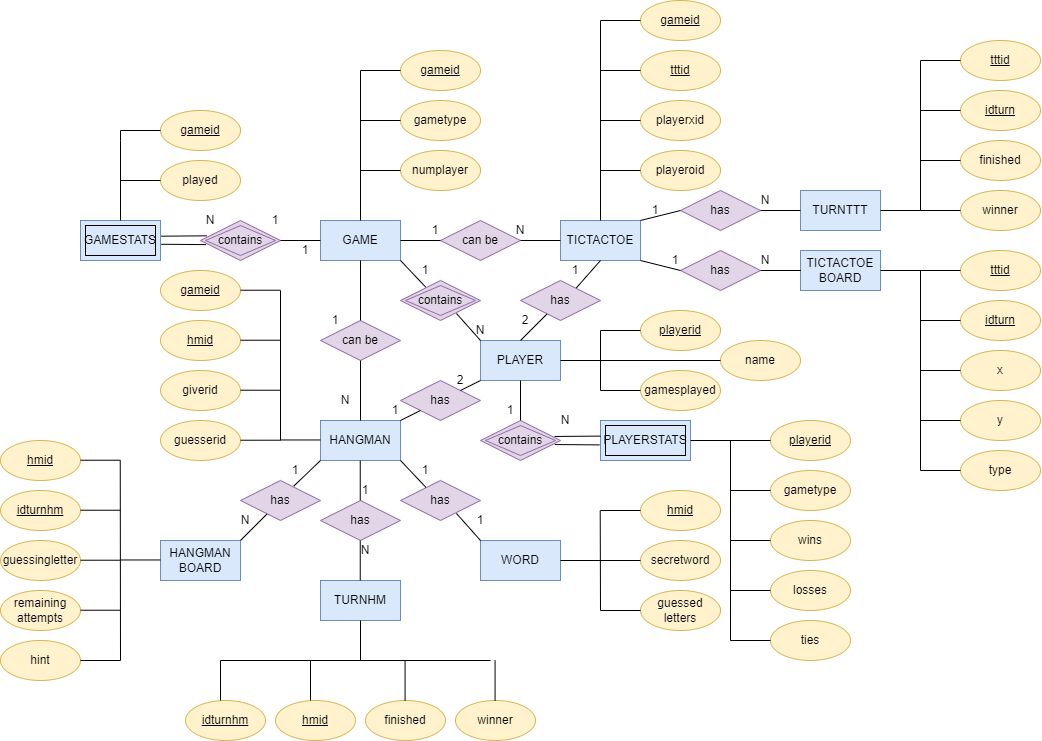
This is docs/DBDiagrams/ConceptualDiagrams/finalChenDiagram.drawio.png from Dina-Tumanita/SecondProject-Persistence, a draw.io export, as it was before one commit. Source tidied: cells renumbered, new cells last; positions are measured from the earlier drawing's top-left corner, leaving out a move shared by most shapes.
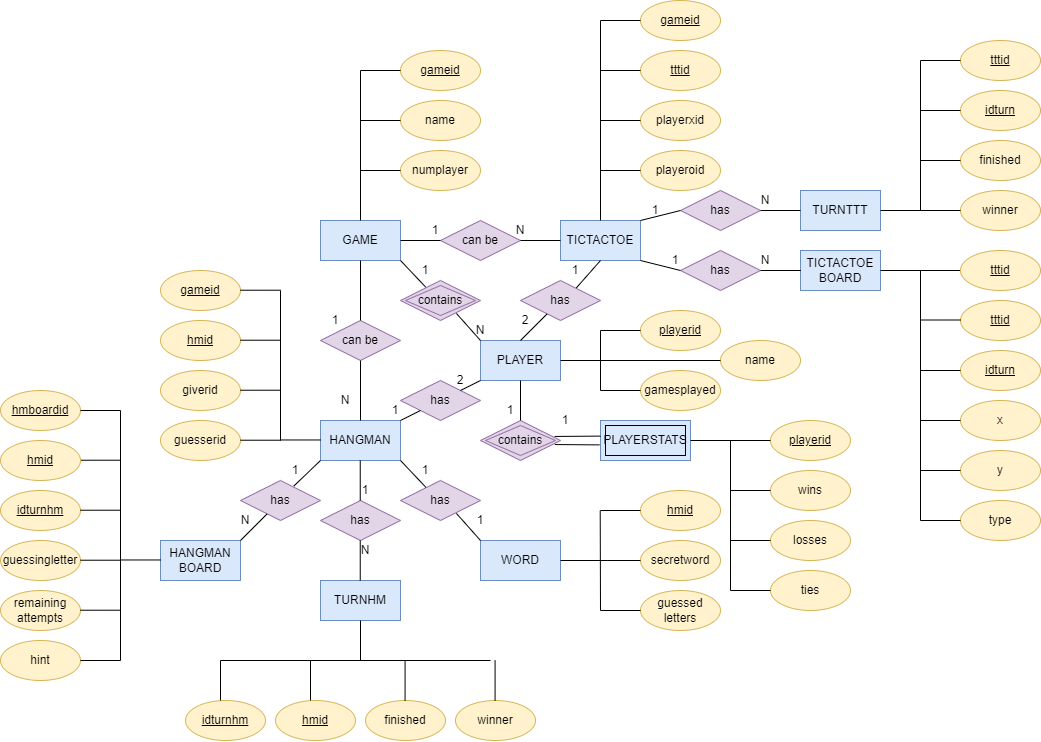
After the change.

The edit, as a diff of the source:
```diff
@@ -29,9 +29,6 @@
     <mxCell id="10" style="endArrow=none;html=1;rounded=0;exitX=0.5;exitY=1;exitDx=0;exitDy=0;entryX=0.5;entryY=0;entryDx=0;entryDy=0;" parent="1" edge="1" source="2" target="8">
       <mxGeometry relative="1" as="geometry" />
     </mxCell>
-    <mxCell id="11" value="GAMESTATS" style="rounded=0;whiteSpace=wrap;html=1;fillColor=#dae8fc;strokeColor=#6c8ebf;" parent="1" vertex="1">
-      <mxGeometry x="80" y="220" width="80" height="40" as="geometry" />
-    </mxCell>
     <mxCell id="12" value="PLAYER" style="rounded=0;whiteSpace=wrap;html=1;fillColor=#dae8fc;strokeColor=#6c8ebf;" parent="1" vertex="1">
       <mxGeometry x="480" y="340" width="80" height="40" as="geometry" />
     </mxCell>
@@ -53,15 +50,7 @@
     <mxCell id="18" value="WORD" style="rounded=0;whiteSpace=wrap;html=1;fillColor=#dae8fc;strokeColor=#6c8ebf;" parent="1" vertex="1">
       <mxGeometry x="480" y="540" width="80" height="40" as="geometry" />
     </mxCell>
-    <mxCell id="19" value="contains" style="rhombus;whiteSpace=wrap;html=1;fillColor=#e1d5e7;strokeColor=#9673a6;" parent="1" vertex="1">
-      <mxGeometry x="200" y="220" width="80" height="40" as="geometry" />
-    </mxCell>
-    <mxCell id="20" style="endArrow=none;html=1;rounded=0;entryX=0;entryY=0.5;entryDx=0;entryDy=0;" parent="1" edge="1" target="2">
-      <mxGeometry relative="1" as="geometry">
-        <mxPoint x="280" y="240" as="sourcePoint" />
-      </mxGeometry>
-    </mxCell>
-    <mxCell id="21" value="gametype" style="ellipse;whiteSpace=wrap;html=1;fillColor=#fff2cc;strokeColor=#d6b656;" parent="1" vertex="1">
+    <mxCell id="21" value="name" style="ellipse;whiteSpace=wrap;html=1;fillColor=#fff2cc;strokeColor=#d6b656;" parent="1" vertex="1">
       <mxGeometry x="400" y="100" width="80" height="40" as="geometry" />
     </mxCell>
     <mxCell id="22" value="&lt;u&gt;gameid&lt;/u&gt;" style="ellipse;whiteSpace=wrap;html=1;fillColor=#fff2cc;strokeColor=#d6b656;" parent="1" vertex="1">
@@ -90,31 +79,6 @@
         <mxPoint x="360" y="170" as="sourcePoint" />
       </mxGeometry>
     </mxCell>
-    <mxCell id="28" style="endArrow=none;html=1;rounded=0;entryX=0.081;entryY=0.383;entryDx=0;entryDy=0;entryPerimeter=0;exitX=1.008;exitY=0.392;exitDx=0;exitDy=0;exitPerimeter=0;" parent="1" edge="1" source="11" target="19">
-      <mxGeometry relative="1" as="geometry" />
-    </mxCell>
-    <mxCell id="29" value="played" style="ellipse;whiteSpace=wrap;html=1;fillColor=#fff2cc;strokeColor=#d6b656;" parent="1" vertex="1">
-      <mxGeometry x="160" y="160" width="80" height="40" as="geometry" />
-    </mxCell>
-    <mxCell id="30" style="endArrow=none;html=1;rounded=0;entryX=0;entryY=0.5;entryDx=0;entryDy=0;" parent="1" edge="1" target="29">
-      <mxGeometry relative="1" as="geometry">
-        <mxPoint x="120" y="180" as="sourcePoint" />
-      </mxGeometry>
-    </mxCell>
-    <mxCell id="31" style="endArrow=none;html=1;rounded=0;exitX=0.5;exitY=0;exitDx=0;exitDy=0;" parent="1" edge="1" source="11">
-      <mxGeometry relative="1" as="geometry">
-        <mxPoint x="120" y="130" as="targetPoint" />
-        <Array as="points">
-          <mxPoint x="120" y="140" />
-        </Array>
-      </mxGeometry>
-    </mxCell>
-    <mxCell id="32" value="N" style="text;html=1;strokeColor=none;fillColor=none;align=center;verticalAlign=middle;whiteSpace=wrap;rounded=0;" parent="1" vertex="1">
-      <mxGeometry x="200" y="210" width="20" height="20" as="geometry" />
-    </mxCell>
-    <mxCell id="33" value="1" style="text;html=1;strokeColor=none;fillColor=none;align=center;verticalAlign=middle;whiteSpace=wrap;rounded=0;" parent="1" vertex="1">
-      <mxGeometry x="270" y="210" width="10" height="20" as="geometry" />
-    </mxCell>
     <mxCell id="34" value="has" style="rhombus;whiteSpace=wrap;html=1;fillColor=#e1d5e7;strokeColor=#9673a6;" parent="1" vertex="1">
       <mxGeometry x="680" y="190" width="80" height="40" as="geometry" />
     </mxCell>
@@ -209,57 +173,11 @@
         <mxPoint x="920" y="60" as="targetPoint" />
       </mxGeometry>
     </mxCell>
-    <mxCell id="58" value="x" style="ellipse;whiteSpace=wrap;html=1;fillColor=#fff2cc;strokeColor=#d6b656;" parent="1" vertex="1">
-      <mxGeometry x="960" y="350" width="80" height="40" as="geometry" />
-    </mxCell>
-    <mxCell id="59" value="&lt;u&gt;idturn&lt;/u&gt;" style="ellipse;whiteSpace=wrap;html=1;fillColor=#fff2cc;strokeColor=#d6b656;" parent="1" vertex="1">
-      <mxGeometry x="960" y="300" width="80" height="40" as="geometry" />
-    </mxCell>
-    <mxCell id="60" value="y" style="ellipse;whiteSpace=wrap;html=1;fillColor=#fff2cc;strokeColor=#d6b656;" parent="1" vertex="1">
-      <mxGeometry x="960" y="400" width="80" height="40" as="geometry" />
-    </mxCell>
-    <mxCell id="61" style="endArrow=none;html=1;rounded=0;entryX=0;entryY=0.5;entryDx=0;entryDy=0;" parent="1" edge="1" target="59">
-      <mxGeometry relative="1" as="geometry">
-        <mxPoint x="920" y="320" as="sourcePoint" />
-      </mxGeometry>
-    </mxCell>
-    <mxCell id="62" style="endArrow=none;html=1;rounded=0;entryX=0;entryY=0.5;entryDx=0;entryDy=0;" parent="1" edge="1" target="58">
-      <mxGeometry relative="1" as="geometry">
-        <mxPoint x="920" y="370" as="sourcePoint" />
-      </mxGeometry>
-    </mxCell>
-    <mxCell id="63" value="&lt;u&gt;tttid&lt;/u&gt;" style="ellipse;whiteSpace=wrap;html=1;fillColor=#fff2cc;strokeColor=#d6b656;" parent="1" vertex="1">
-      <mxGeometry x="960" y="250" width="80" height="40" as="geometry" />
-    </mxCell>
-    <mxCell id="64" style="endArrow=none;html=1;rounded=0;entryX=0;entryY=0.5;entryDx=0;entryDy=0;exitX=1;exitY=0.5;exitDx=0;exitDy=0;" parent="1" edge="1" source="15" target="63">
-      <mxGeometry relative="1" as="geometry" />
+    <mxCell id="64" style="endArrow=none;html=1;rounded=0;entryX=0;entryY=0.5;entryDx=0;entryDy=0;exitX=1;exitY=0.5;exitDx=0;exitDy=0;" parent="1" edge="1" source="15">
+      <mxGeometry relative="1" as="geometry">
+        <mxPoint x="960" y="270" as="targetPoint" />
+      </mxGeometry>
     </mxCell>
-    <mxCell id="65" style="endArrow=none;html=1;rounded=0;" parent="1" edge="1">
-      <mxGeometry relative="1" as="geometry">
-        <mxPoint x="920" y="470" as="sourcePoint" />
-        <mxPoint x="920" y="270" as="targetPoint" />
-      </mxGeometry>
-    </mxCell>
-    <mxCell id="66" style="endArrow=none;html=1;rounded=0;entryX=0;entryY=0.5;entryDx=0;entryDy=0;" parent="1" edge="1">
-      <mxGeometry relative="1" as="geometry">
-        <mxPoint x="920" y="420" as="sourcePoint" />
-        <mxPoint x="960" y="420" as="targetPoint" />
-      </mxGeometry>
-    </mxCell>
-    <mxCell id="67" value="&lt;u&gt;gameid&lt;/u&gt;" style="ellipse;whiteSpace=wrap;html=1;fillColor=#fff2cc;strokeColor=#d6b656;" parent="1" vertex="1">
-      <mxGeometry x="160" y="110" width="80" height="40" as="geometry" />
-    </mxCell>
-    <mxCell id="68" style="endArrow=none;html=1;rounded=0;entryX=0;entryY=0.5;entryDx=0;entryDy=0;" parent="1" edge="1" target="67">
-      <mxGeometry relative="1" as="geometry">
-        <mxPoint x="120" y="130" as="sourcePoint" />
-      </mxGeometry>
-    </mxCell>
-    <mxCell id="69" style="endArrow=none;html=1;rounded=0;exitX=1.01;exitY=0.594;exitDx=0;exitDy=0;exitPerimeter=0;entryX=0.069;entryY=0.603;entryDx=0;entryDy=0;entryPerimeter=0;" parent="1" edge="1" source="11" target="19">
-      <mxGeometry relative="1" as="geometry" />
-    </mxCell>
-    <mxCell id="70" style="rounded=0;whiteSpace=wrap;html=1;fillColor=none;" parent="1" vertex="1">
-      <mxGeometry x="85" y="225" width="70" height="30" as="geometry" />
-    </mxCell>
     <mxCell id="71" value="contains" style="rhombus;whiteSpace=wrap;html=1;fillColor=#e1d5e7;strokeColor=#9673a6;" parent="1" vertex="1">
       <mxGeometry x="480" y="420" width="80" height="40" as="geometry" />
     </mxCell>
@@ -283,9 +201,6 @@
     <mxCell id="76" value="N" style="text;html=1;strokeColor=none;fillColor=none;align=center;verticalAlign=middle;whiteSpace=wrap;rounded=0;" parent="1" vertex="1">
       <mxGeometry x="515" y="220" width="10" height="20" as="geometry" />
     </mxCell>
-    <mxCell id="77" value="1" style="text;html=1;strokeColor=none;fillColor=none;align=center;verticalAlign=middle;whiteSpace=wrap;rounded=0;" parent="1" vertex="1">
-      <mxGeometry x="300" y="240" width="10" height="20" as="geometry" />
-    </mxCell>
     <mxCell id="78" value="1" style="text;html=1;strokeColor=none;fillColor=none;align=center;verticalAlign=middle;whiteSpace=wrap;rounded=0;" parent="1" vertex="1">
       <mxGeometry x="650" y="200" width="10" height="20" as="geometry" />
     </mxCell>
@@ -313,7 +228,7 @@
     <mxCell id="86" value="1" style="text;html=1;strokeColor=none;fillColor=none;align=center;verticalAlign=middle;whiteSpace=wrap;rounded=0;" parent="1" vertex="1">
       <mxGeometry x="505" y="400" width="10" height="20" as="geometry" />
     </mxCell>
-    <mxCell id="87" value="N" style="text;html=1;strokeColor=none;fillColor=none;align=center;verticalAlign=middle;whiteSpace=wrap;rounded=0;" parent="1" vertex="1">
+    <mxCell id="87" value="1" style="text;html=1;strokeColor=none;fillColor=none;align=center;verticalAlign=middle;whiteSpace=wrap;rounded=0;" parent="1" vertex="1">
       <mxGeometry x="560" y="410" width="10" height="20" as="geometry" />
     </mxCell>
     <mxCell id="88" style="endArrow=none;html=1;rounded=0;entryX=0.081;entryY=0.383;entryDx=0;entryDy=0;entryPerimeter=0;exitX=1.008;exitY=0.392;exitDx=0;exitDy=0;exitPerimeter=0;" parent="1" edge="1">
@@ -360,19 +275,11 @@
       </mxGeometry>
     </mxCell>
     <mxCell id="98" value="wins" style="ellipse;whiteSpace=wrap;html=1;fillColor=#fff2cc;strokeColor=#d6b656;" parent="1" vertex="1">
-      <mxGeometry x="770" y="520" width="80" height="40" as="geometry" />
+      <mxGeometry x="770" y="470" width="80" height="40" as="geometry" />
     </mxCell>
-    <mxCell id="99" value="gametype" style="ellipse;whiteSpace=wrap;html=1;fillColor=#fff2cc;strokeColor=#d6b656;" parent="1" vertex="1">
-      <mxGeometry x="770" y="470" width="80" height="40" as="geometry" />
-    </mxCell>
-    <mxCell id="100" style="endArrow=none;html=1;rounded=0;entryX=0;entryY=0.5;entryDx=0;entryDy=0;" parent="1" edge="1" target="99">
-      <mxGeometry relative="1" as="geometry">
-        <mxPoint x="730" y="490" as="sourcePoint" />
-      </mxGeometry>
-    </mxCell>
     <mxCell id="101" style="endArrow=none;html=1;rounded=0;entryX=0;entryY=0.5;entryDx=0;entryDy=0;" parent="1" edge="1" target="98">
       <mxGeometry relative="1" as="geometry">
-        <mxPoint x="730" y="540" as="sourcePoint" />
+        <mxPoint x="730" y="490" as="sourcePoint" />
       </mxGeometry>
     </mxCell>
     <mxCell id="102" value="&lt;u&gt;playerid&lt;/u&gt;" style="ellipse;whiteSpace=wrap;html=1;fillColor=#fff2cc;strokeColor=#d6b656;" parent="1" vertex="1">
@@ -385,24 +292,24 @@
     </mxCell>
     <mxCell id="104" style="endArrow=none;html=1;rounded=0;" parent="1" edge="1">
       <mxGeometry relative="1" as="geometry">
-        <mxPoint x="730" y="640" as="sourcePoint" />
+        <mxPoint x="730" y="590" as="sourcePoint" />
         <mxPoint x="730" y="440" as="targetPoint" />
       </mxGeometry>
     </mxCell>
     <mxCell id="105" value="ties" style="ellipse;whiteSpace=wrap;html=1;fillColor=#fff2cc;strokeColor=#d6b656;" parent="1" vertex="1">
-      <mxGeometry x="770" y="620" width="80" height="40" as="geometry" />
+      <mxGeometry x="770" y="570" width="80" height="40" as="geometry" />
     </mxCell>
     <mxCell id="106" value="losses" style="ellipse;whiteSpace=wrap;html=1;fillColor=#fff2cc;strokeColor=#d6b656;" parent="1" vertex="1">
-      <mxGeometry x="770" y="570" width="80" height="40" as="geometry" />
+      <mxGeometry x="770" y="520" width="80" height="40" as="geometry" />
     </mxCell>
     <mxCell id="107" style="endArrow=none;html=1;rounded=0;entryX=0;entryY=0.5;entryDx=0;entryDy=0;" parent="1" edge="1" target="106">
       <mxGeometry relative="1" as="geometry">
-        <mxPoint x="730" y="590" as="sourcePoint" />
+        <mxPoint x="730" y="540" as="sourcePoint" />
       </mxGeometry>
     </mxCell>
     <mxCell id="108" style="endArrow=none;html=1;rounded=0;entryX=0;entryY=0.5;entryDx=0;entryDy=0;" parent="1" edge="1" target="105">
       <mxGeometry relative="1" as="geometry">
-        <mxPoint x="730" y="640" as="sourcePoint" />
+        <mxPoint x="730" y="590" as="sourcePoint" />
       </mxGeometry>
     </mxCell>
     <mxCell id="109" value="giverid" style="ellipse;whiteSpace=wrap;html=1;fillColor=#fff2cc;strokeColor=#d6b656;" parent="1" vertex="1">
@@ -453,15 +360,6 @@
         <mxPoint x="320" y="439.5" as="targetPoint" />
       </mxGeometry>
     </mxCell>
-    <mxCell id="119" value="type" style="ellipse;whiteSpace=wrap;html=1;fillColor=#fff2cc;strokeColor=#d6b656;" parent="1" vertex="1">
-      <mxGeometry x="960" y="450" width="80" height="40" as="geometry" />
-    </mxCell>
-    <mxCell id="120" style="endArrow=none;html=1;rounded=0;entryX=0;entryY=0.5;entryDx=0;entryDy=0;" parent="1" edge="1">
-      <mxGeometry relative="1" as="geometry">
-        <mxPoint x="920" y="470" as="sourcePoint" />
-        <mxPoint x="960" y="470" as="targetPoint" />
-      </mxGeometry>
-    </mxCell>
     <mxCell id="121" value="has" style="rhombus;whiteSpace=wrap;html=1;fillColor=#e1d5e7;strokeColor=#9673a6;" parent="1" vertex="1">
       <mxGeometry x="400" y="480" width="80" height="40" as="geometry" />
     </mxCell>
@@ -526,13 +424,13 @@
     <mxCell id="138" value="remaining&lt;br&gt;attempts" style="ellipse;whiteSpace=wrap;html=1;fillColor=#fff2cc;strokeColor=#d6b656;" parent="1" vertex="1">
       <mxGeometry y="590" width="80" height="40" as="geometry" />
     </mxCell>
-    <mxCell id="139" value="&lt;u&gt;hmid&lt;/u&gt;" style="ellipse;whiteSpace=wrap;html=1;fillColor=#fff2cc;strokeColor=#d6b656;" parent="1" vertex="1">
-      <mxGeometry y="440" width="80" height="40" as="geometry" />
+    <mxCell id="139" value="&lt;u&gt;hmboardid&lt;/u&gt;" style="ellipse;whiteSpace=wrap;html=1;fillColor=#fff2cc;strokeColor=#d6b656;" parent="1" vertex="1">
+      <mxGeometry y="390" width="80" height="40" as="geometry" />
     </mxCell>
     <mxCell id="140" style="endArrow=none;html=1;rounded=0;" parent="1" edge="1">
       <mxGeometry relative="1" as="geometry">
         <mxPoint x="120" y="660" as="sourcePoint" />
-        <mxPoint x="119.7" y="460" as="targetPoint" />
+        <mxPoint x="120" y="410" as="targetPoint" />
       </mxGeometry>
     </mxCell>
     <mxCell id="141" style="endArrow=none;html=1;rounded=0;entryX=0;entryY=0.5;entryDx=0;entryDy=0;" parent="1" edge="1">
@@ -685,9 +583,6 @@
     <mxCell id="174" value="1" style="text;html=1;strokeColor=none;fillColor=none;align=center;verticalAlign=middle;whiteSpace=wrap;rounded=0;" parent="1" vertex="1">
       <mxGeometry x="570" y="260" width="10" height="20" as="geometry" />
     </mxCell>
-    <mxCell id="175" style="rhombus;whiteSpace=wrap;html=1;fillColor=none;strokeColor=#9673a6;" parent="1" vertex="1">
-      <mxGeometry x="205" y="225" width="70" height="30" as="geometry" />
-    </mxCell>
     <mxCell id="176" style="rhombus;whiteSpace=wrap;html=1;fillColor=none;strokeColor=#9673a6;" parent="1" vertex="1">
       <mxGeometry x="485" y="425" width="70" height="30" as="geometry" />
     </mxCell>
@@ -697,5 +592,66 @@
     <mxCell id="178" style="rhombus;whiteSpace=wrap;html=1;fillColor=none;strokeColor=#9673a6;" parent="1" vertex="1">
       <mxGeometry x="405" y="285" width="70" height="30" as="geometry" />
     </mxCell>
+    <mxCell id="58" value="x" style="ellipse;whiteSpace=wrap;html=1;fillColor=#fff2cc;strokeColor=#d6b656;" parent="1" vertex="1">
+      <mxGeometry x="960" y="400" width="80" height="40" as="geometry" />
+    </mxCell>
+    <mxCell id="59" value="&lt;u&gt;idturn&lt;/u&gt;" style="ellipse;whiteSpace=wrap;html=1;fillColor=#fff2cc;strokeColor=#d6b656;" parent="1" vertex="1">
+      <mxGeometry x="960" y="350" width="80" height="40" as="geometry" />
+    </mxCell>
+    <mxCell id="60" value="y" style="ellipse;whiteSpace=wrap;html=1;fillColor=#fff2cc;strokeColor=#d6b656;" parent="1" vertex="1">
+      <mxGeometry x="960" y="450" width="80" height="40" as="geometry" />
+    </mxCell>
+    <mxCell id="179" style="endArrow=none;html=1;rounded=0;entryX=0;entryY=0.5;entryDx=0;entryDy=0;" parent="1" edge="1" target="59">
+      <mxGeometry relative="1" as="geometry">
+        <mxPoint x="920" y="370" as="sourcePoint" />
+      </mxGeometry>
+    </mxCell>
+    <mxCell id="180" style="endArrow=none;html=1;rounded=0;entryX=0;entryY=0.5;entryDx=0;entryDy=0;" parent="1" edge="1" target="58">
+      <mxGeometry relative="1" as="geometry">
+        <mxPoint x="920" y="420" as="sourcePoint" />
+      </mxGeometry>
+    </mxCell>
+    <mxCell id="181" value="&lt;u&gt;tttid&lt;/u&gt;" style="ellipse;whiteSpace=wrap;html=1;fillColor=#fff2cc;strokeColor=#d6b656;" parent="1" vertex="1">
+      <mxGeometry x="960" y="300" width="80" height="40" as="geometry" />
+    </mxCell>
+    <mxCell id="182" style="endArrow=none;html=1;rounded=0;" parent="1" edge="1">
+      <mxGeometry relative="1" as="geometry">
+        <mxPoint x="920" y="520" as="sourcePoint" />
+        <mxPoint x="920" y="270" as="targetPoint" />
+      </mxGeometry>
+    </mxCell>
+    <mxCell id="183" style="endArrow=none;html=1;rounded=0;entryX=0;entryY=0.5;entryDx=0;entryDy=0;" parent="1" edge="1">
+      <mxGeometry relative="1" as="geometry">
+        <mxPoint x="920" y="470" as="sourcePoint" />
+        <mxPoint x="960" y="470" as="targetPoint" />
+      </mxGeometry>
+    </mxCell>
+    <mxCell id="119" value="type" style="ellipse;whiteSpace=wrap;html=1;fillColor=#fff2cc;strokeColor=#d6b656;" parent="1" vertex="1">
+      <mxGeometry x="960" y="500" width="80" height="40" as="geometry" />
+    </mxCell>
+    <mxCell id="184" style="endArrow=none;html=1;rounded=0;entryX=0;entryY=0.5;entryDx=0;entryDy=0;" parent="1" edge="1">
+      <mxGeometry relative="1" as="geometry">
+        <mxPoint x="920" y="520" as="sourcePoint" />
+        <mxPoint x="960" y="520" as="targetPoint" />
+      </mxGeometry>
+    </mxCell>
+    <mxCell id="63" value="&lt;u&gt;tttid&lt;/u&gt;" style="ellipse;whiteSpace=wrap;html=1;fillColor=#fff2cc;strokeColor=#d6b656;" parent="1" vertex="1">
+      <mxGeometry x="960" y="250" width="80" height="40" as="geometry" />
+    </mxCell>
+    <mxCell id="185" style="endArrow=none;html=1;rounded=0;entryX=0;entryY=0.5;entryDx=0;entryDy=0;" parent="1" edge="1">
+      <mxGeometry relative="1" as="geometry">
+        <mxPoint x="920" y="319.5" as="sourcePoint" />
+        <mxPoint x="960" y="319.5" as="targetPoint" />
+      </mxGeometry>
+    </mxCell>
+    <mxCell id="186" value="&lt;u&gt;hmid&lt;/u&gt;" style="ellipse;whiteSpace=wrap;html=1;fillColor=#fff2cc;strokeColor=#d6b656;" parent="1" vertex="1">
+      <mxGeometry y="440" width="80" height="40" as="geometry" />
+    </mxCell>
+    <mxCell id="187" style="endArrow=none;html=1;rounded=0;entryX=0;entryY=0.5;entryDx=0;entryDy=0;" parent="1" edge="1">
+      <mxGeometry relative="1" as="geometry">
+        <mxPoint x="80" y="410" as="sourcePoint" />
+        <mxPoint x="120" y="410" as="targetPoint" />
+      </mxGeometry>
+    </mxCell>
   </root>
 </mxGraphModel>
```
